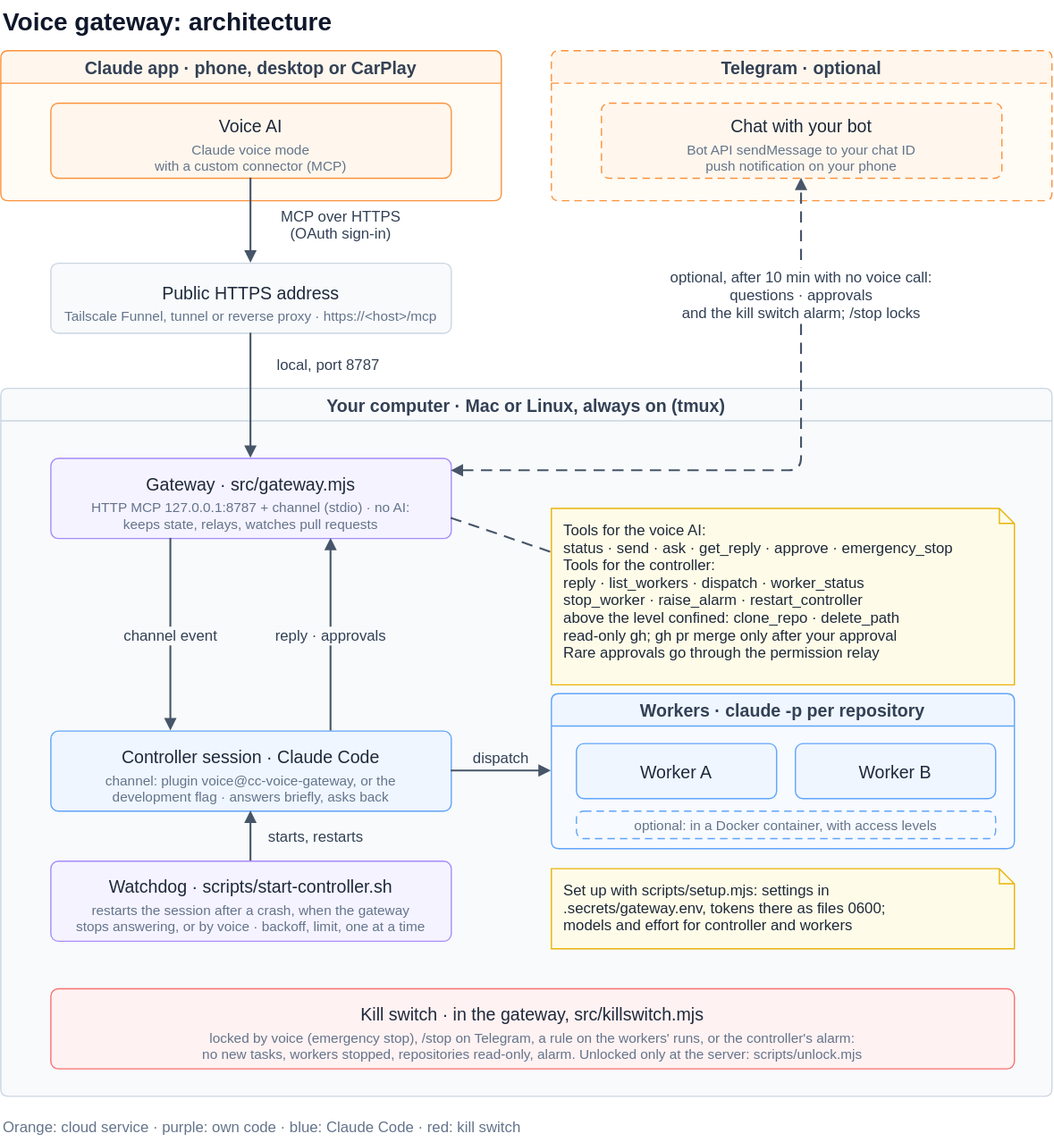
This is docs/architecture.drawio.svg from alderg/cc-voice-gateway, a draw.io export, as it was before one commit. Source tidied: cells renumbered, new cells last; positions are measured from the earlier drawing's top-left corner, leaving out a move shared by most shapes.
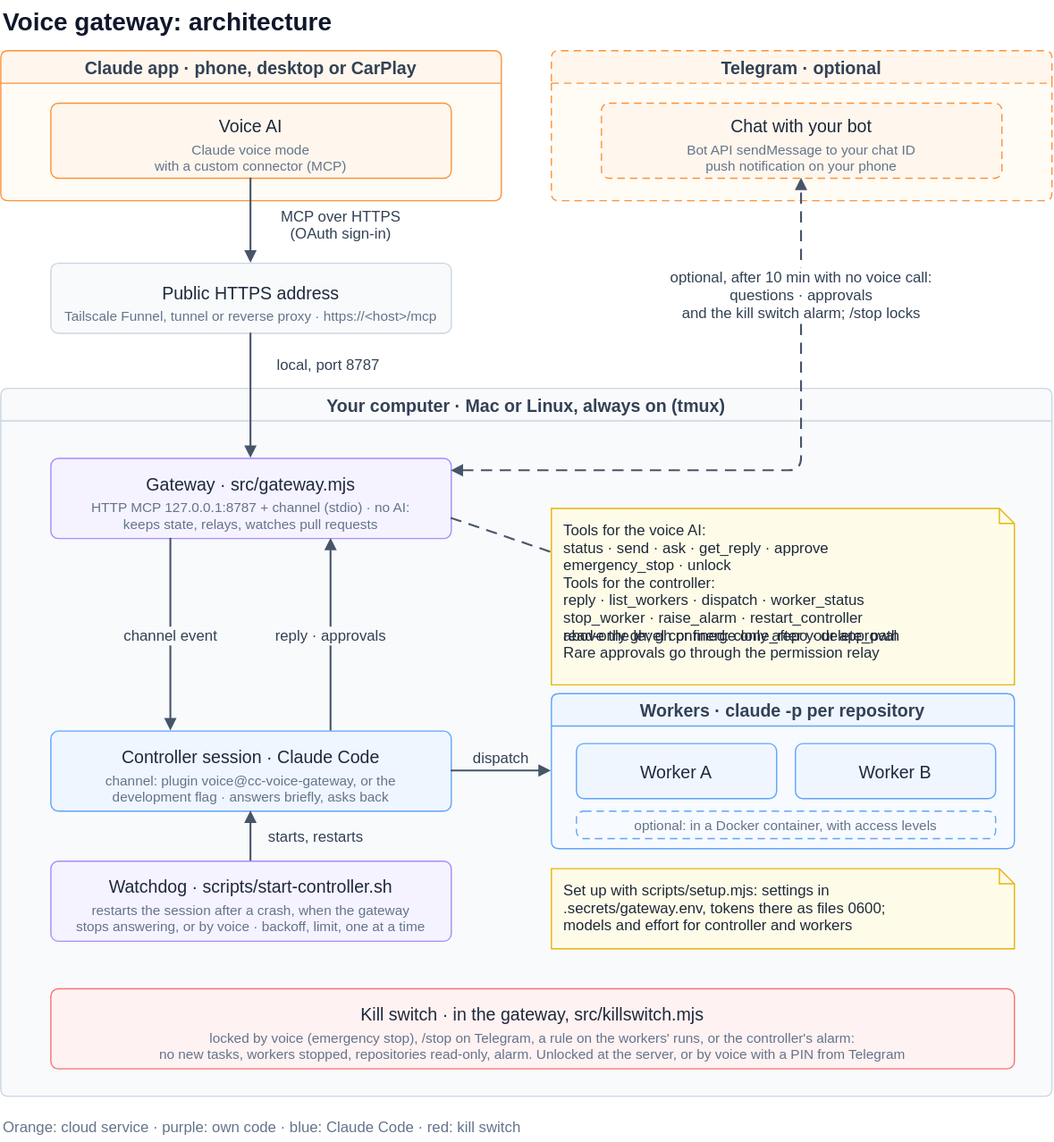
After the change.

The edit, as a diff of the source:
```diff
@@ -44,7 +44,7 @@
     <mxCell id="15" value="channel: plugin voice@cc-voice-gateway, or the&#10;development flag · answers briefly, asks back" style="text;html=0;fontSize=11;fontColor=#64748B;align=center;verticalAlign=top;spacing=0;strokeColor=none;fillColor=none;" parent="14" vertex="1">
       <mxGeometry y="28.7" width="320" height="26.4" as="geometry" />
     </mxCell>
-    <mxCell id="16" value="Tools for the voice AI:&#10;status · send · ask · get_reply · approve · emergency_stop&#10;Tools for the controller:&#10;reply · list_workers · dispatch · worker_status&#10;stop_worker · raise_alarm · restart_controller&#10;above the level confined: clone_repo · delete_path&#10;read-only gh; gh pr merge only after your approval&#10;Rare approvals go through the permission relay" style="shape=note;size=12;html=0;fontSize=12;align=left;verticalAlign=top;spacingLeft=8;spacingTop=4;fillColor=#FEFCE8;strokeColor=#EAB308;strokeWidth=1;fontColor=#1E293B;" parent="11" vertex="1">
+    <mxCell id="16" value="Tools for the voice AI:&#10;status · send · ask · get_reply · approve&#10;emergency_stop · unlock&#10;Tools for the controller:&#10;reply · list_workers · dispatch · worker_status&#10;stop_worker · raise_alarm · restart_controller&#10;above the level confined: clone_repo · delete_path&#10;read-only gh; gh pr merge only after your approval&#10;Rare approvals go through the permission relay" style="shape=note;size=12;html=0;fontSize=12;align=left;verticalAlign=top;spacingLeft=8;spacingTop=4;fillColor=#FEFCE8;strokeColor=#EAB308;strokeWidth=1;fontColor=#1E293B;" parent="11" vertex="1">
       <mxGeometry x="440" y="96" width="370" height="141" as="geometry" />
     </mxCell>
     <mxCell id="17" value="Workers · claude -p per repository" style="swimlane;startSize=26;html=0;fontSize=14;fontStyle=1;fillColor=#EFF6FF;strokeColor=#60A5FA;swimlaneFillColor=#F7FAFF;rounded=1;fontColor=#334155;strokeWidth=1;absoluteArcSize=1;arcSize=12;swimlaneLine=1;" parent="11" vertex="1">
@@ -71,7 +71,7 @@
     <mxCell id="24" value="Kill switch · in the gateway, src/killswitch.mjs" style="rounded=1;html=0;fontSize=14;fillColor=#FEF2F2;strokeColor=#F87171;fontStyle=0;verticalAlign=top;spacingTop=6.9;strokeWidth=1;absoluteArcSize=1;arcSize=12;fontColor=#1E293B;" parent="11" vertex="1">
       <mxGeometry x="40" y="480" width="770" height="64" as="geometry" />
     </mxCell>
-    <mxCell id="25" value="locked by voice (emergency stop), /stop on Telegram, a rule on the workers' runs, or the controller's alarm:&#10;no new tasks, workers stopped, repositories read-only, alarm. Unlocked only at the server: scripts/unlock.mjs" style="text;html=0;fontSize=11;fontColor=#64748B;align=center;verticalAlign=top;spacing=0;strokeColor=none;fillColor=none;" parent="24" vertex="1">
+    <mxCell id="25" value="locked by voice (emergency stop), /stop on Telegram, a rule on the workers' runs, or the controller's alarm:&#10;no new tasks, workers stopped, repositories read-only, alarm. Unlocked at the server, or by voice with a PIN from Telegram" style="text;html=0;fontSize=11;fontColor=#64748B;align=center;verticalAlign=top;spacing=0;strokeColor=none;fillColor=none;" parent="24" vertex="1">
       <mxGeometry y="28.7" width="770" height="26.4" as="geometry" />
     </mxCell>
     <mxCell id="26" value="Orange: cloud service · purple: own code · blue: Claude Code · red: kill switch" style="text;html=0;fontSize=12;align=left;verticalAlign=middle;strokeColor=none;fillColor=none;fontStyle=0;fontColor=#64748B;" parent="1" vertex="1">
```
